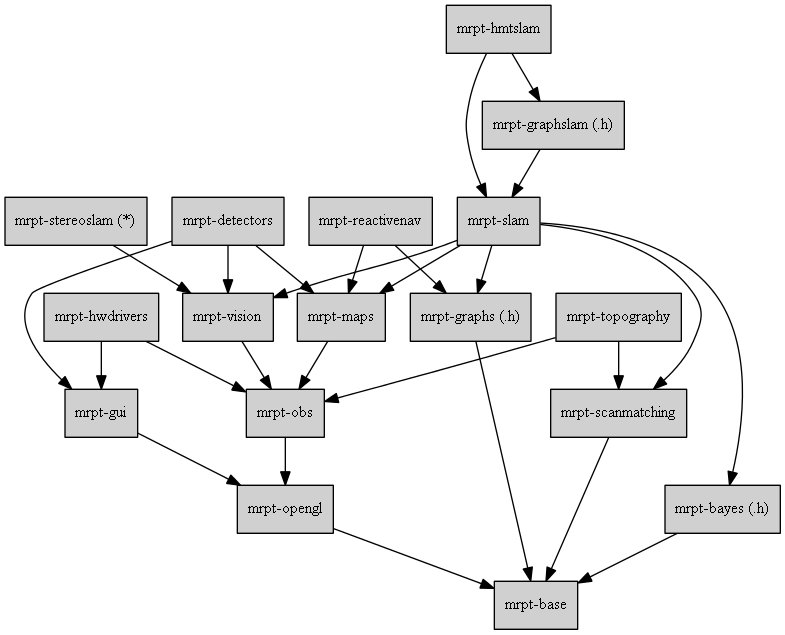
The Graphviz diagram doc/design_of_images/graph_mrpt_libs.png in MRPT/mrpt, before a commit. Its source is kept beside it as doc/design_of_images/graph_mrpt_libs.dot.
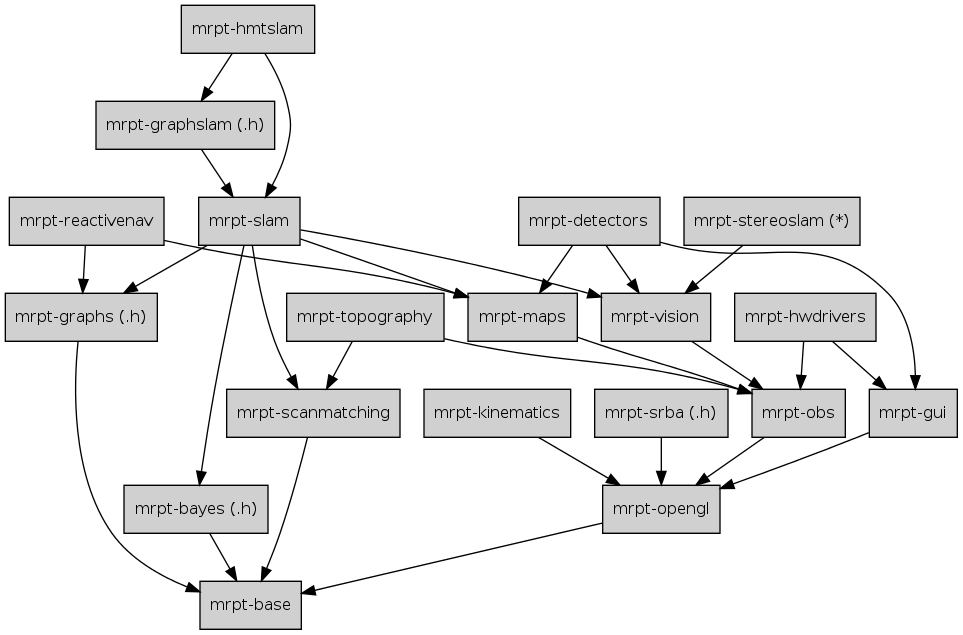
The same file after the commit.

The edit, as a diff of the source:
```diff
@@ -22,6 +22,14 @@
 	stereoslam	[label="mrpt-stereoslam (*)",URL="group__mrpt__stereoslam__grp.html"];
 
 	detectors	[label="mrpt-detectors",URL="group__mrpt__detectors__grp.html"];
+
+	kinematics	[label="mrpt-kinematics",URL="group__mrpt__kinematics__grp.html"];
+
+	srba	[label="mrpt-srba (.h)",URL="group__mrpt__srba__grp.html"];
+
+	srba -> opengl;
+
+	kinematics  -> opengl;
 
 	graphs -> base;
 	scanmatching -> base;
```
